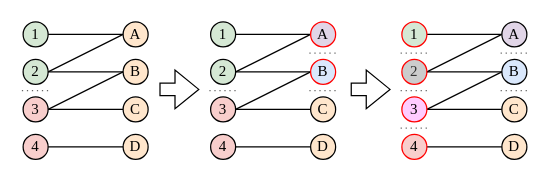
The draw.io diagram Bilder/DrawIO/strat_rec.drawio in jatsqi/master-thesis-latex, before the edit. Source tidied: cells renumbered, new cells numbered last; positions are measured from the earlier drawing's top-left corner, leaving out a move shared by most shapes. Both pictures are drawn from the tidied source at 125%, with x=0, y=0 at pixel (21, 21).
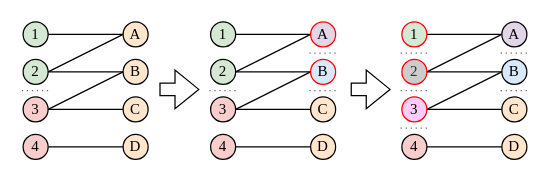
The same diagram, later.

Change to the diagram source:
```diff
@@
-    <mxCell id="42" value="4" style="ellipse;whiteSpace=wrap;html=1;fontFamily=Times New Roman;fillColor=#f8cecc;strokeColor=#FF0000;" parent="1" vertex="1">
+    <mxCell id="42" value="4" style="ellipse;whiteSpace=wrap;html=1;fontFamily=Times New Roman;fillColor=#f8cecc;strokeColor=default;" parent="1" vertex="1">
       <mxGeometry x="304" y="90" width="20" height="20" as="geometry" />
     </mxCell>
```
